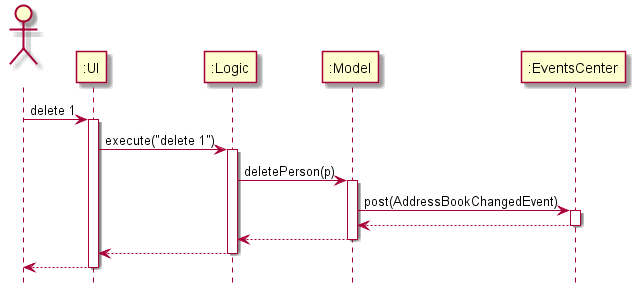
Before: images/SDforDeleteCoin.png, a diagram exported from PlantUML (CS2103JAN2018-F09-B3/addressbook-level4).
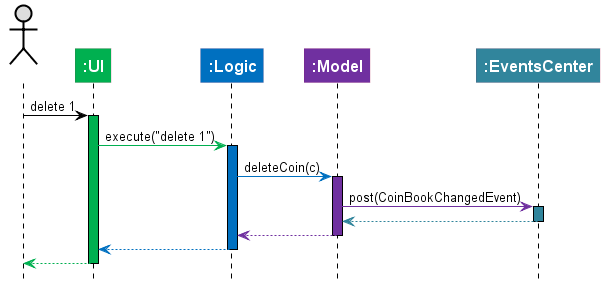
After the commit.

Change to the diagram source:
```diff
@@ -3,29 +3,40 @@
 hide footbox
 
 skinparam belowForResponse true
+skinparam shadowing false
+skinparam sequence {
+  ActorBackgroundColor #DDDDDD
+  ActorBorderColor black
+  ParticipantFontColor white
+  ParticipantFontSize 16
+  ParticipantFontStyle bold
+  ParticipantBorderThickness 0
+  LifeLineBorderColor black
+  defaultFontName Calibri
+}
 
 actor " " as A
-participant ":UI" as U
-participant ":Logic" as L
-participant ":Model" as M
-participant ":EventsCenter" as E
+participant ":UI" as U #00B050
+participant ":Logic" as L #0070C0
+participant ":Model" as M #7030A0
+participant ":EventsCenter" as E #31859C
 
-A -> U : delete 1
-activate U
-U -> L : execute("delete 1")
-activate L
-L -> M : deletePerson(p)
-activate M
-M -> E : post(AddressBookChangedEvent)
-activate E
+A -[#000000]> U : delete 1
+activate U #00B050
+U -[#00B050]> L : execute("delete 1")
+activate L #0070C0
+L -[#0070C0]> M : deleteCoin(c)
+activate M #7030A0
+M -[#7030A0]> E : post(CoinBookChangedEvent)
+activate E #31859C
 
-M <-- E
+M <-[#31859C]- E
 deactivate E
-L <-- M
+L <-[#7030A0]- M
 deactivate M
-U <-- L
+U <-[#0070C0]- L
 deactivate L
-A <-- U
+A <-[#00B050]- U
 deactivate U
 
 @enduml
```
